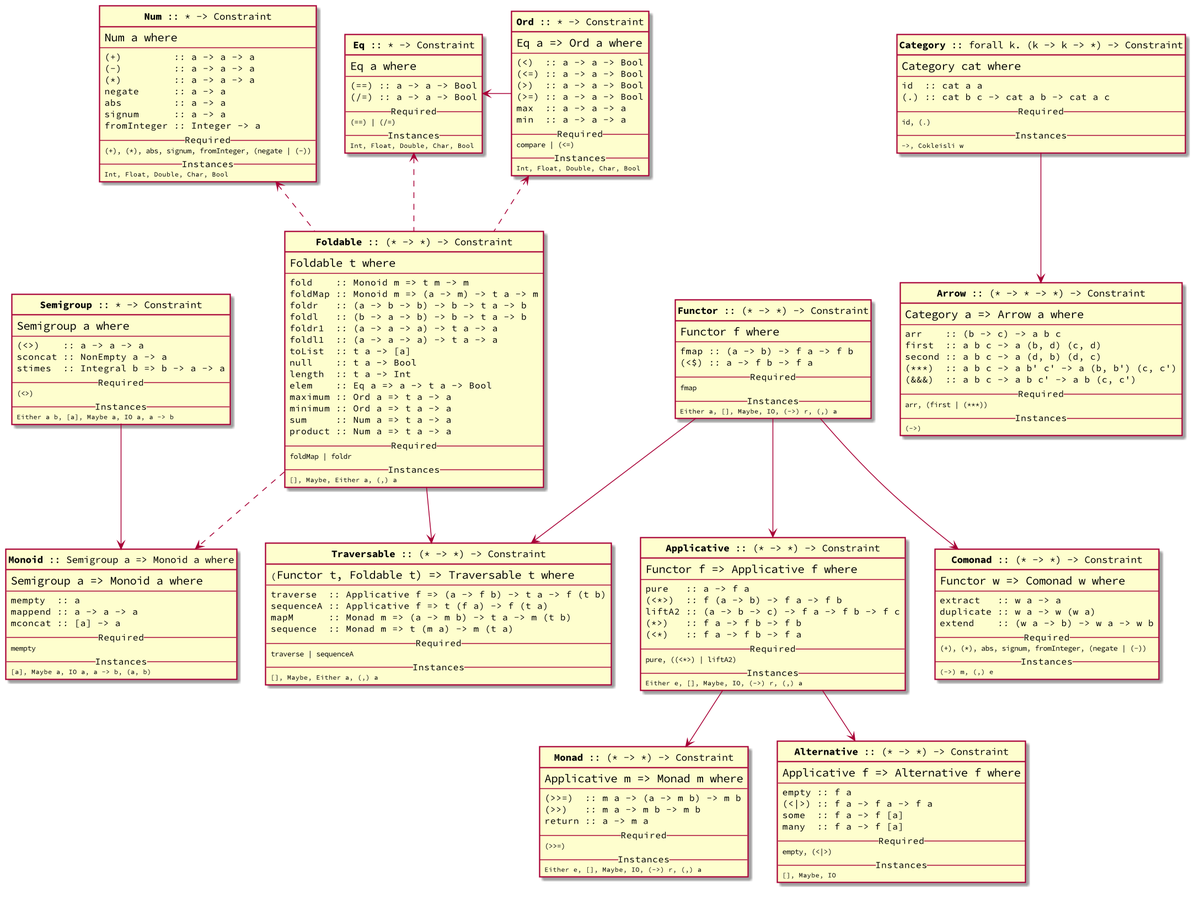
Above: atlas.png in dustinlacewell/haskell-typeclass-atlas (PlantUML), before the change.
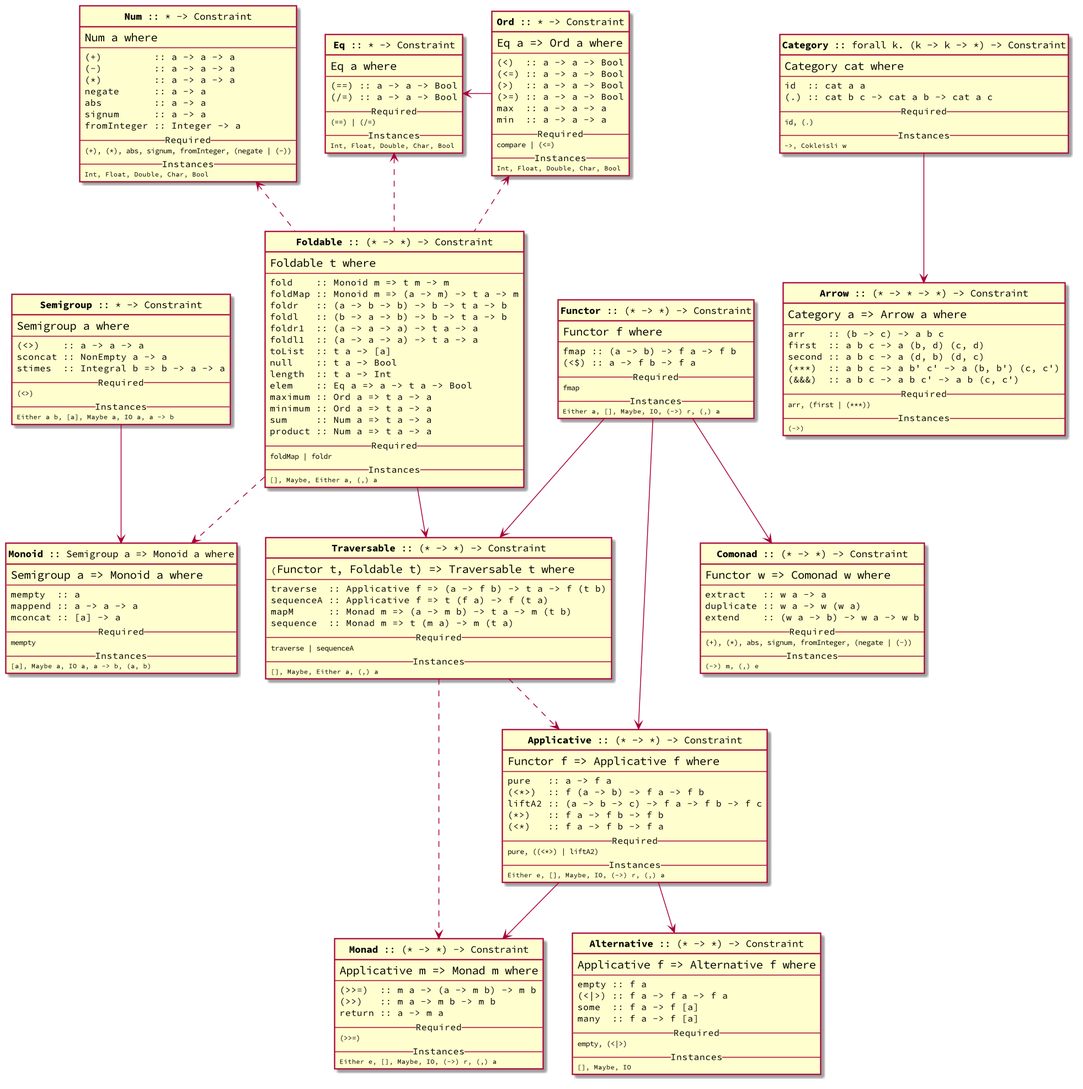
Later version of the same file.

Commit message:
Add final param dependency arrow

The edit, as a diff of the source:
```diff
@@ -185,6 +185,9 @@
         <size:8>Either e, [], Maybe, IO, (->) r, (,) a</size>
 }
 
+Traversable ..> Applicative
+Traversable ..> Monad
+
 class Traversable {
         (<size:14>Functor t, Foldable t) => Traversable t where</size>
         ---
```
